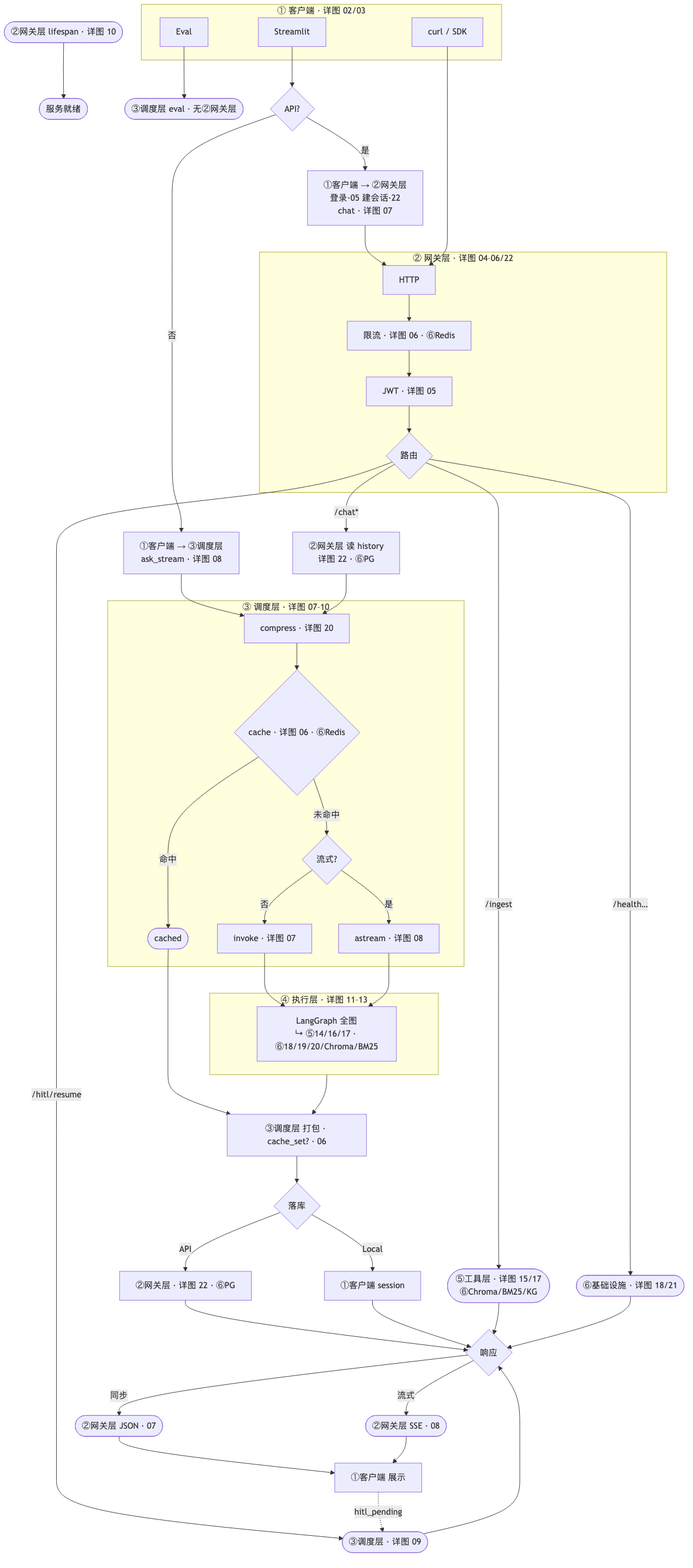
The Mermaid diagram project_00_rag_agent/docs/diagrams/00_project_end_to_end.png in charlie-chann/ai-agent-langgraph-main, before a commit. Its source is kept beside it as project_00_rag_agent/docs/diagrams/source/00_project_end_to_end.mmd.
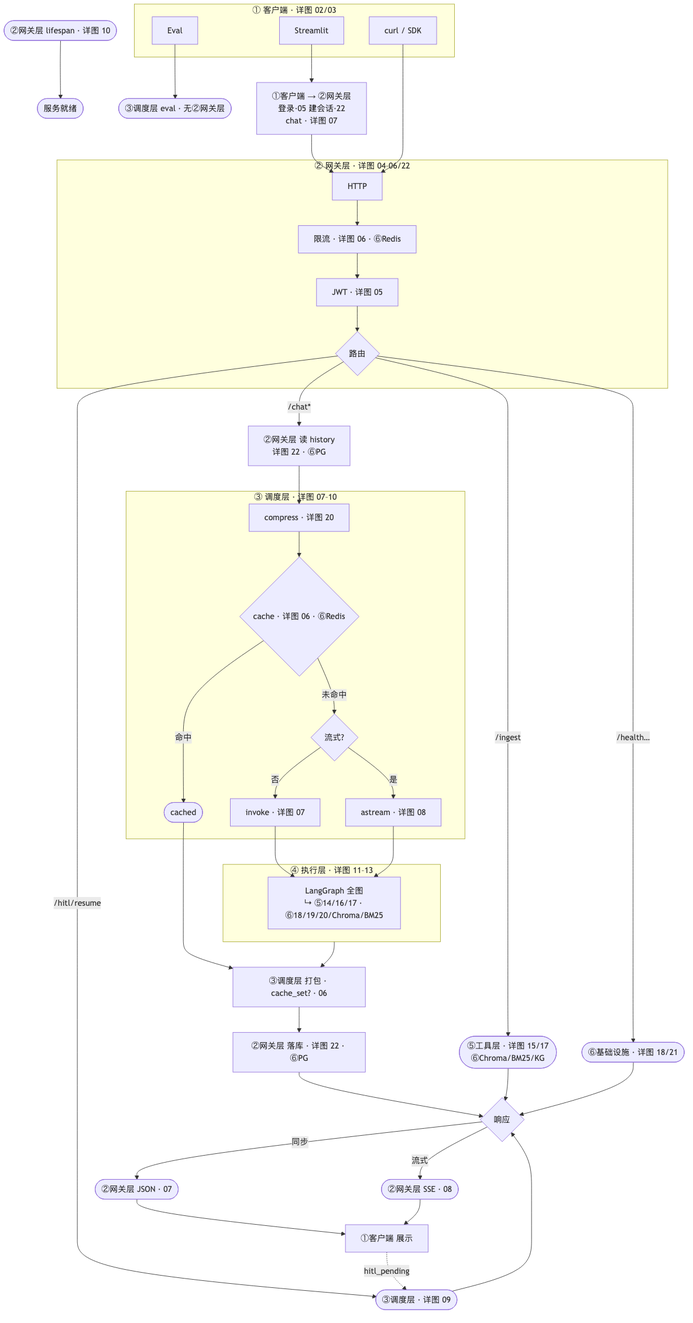
Above is the later version.

The edit, as a diff of the source:
```diff
@@ -9,11 +9,8 @@
 
     EVAL --> EVAL_DONE(["③调度层 eval · 无②网关层"])
 
-    ST --> MODE{API?}
-    MODE -->|是| L1_API["①客户端 → ②网关层<br/>登录·05 建会话·22<br/>chat · 详图 07"]
-    MODE -->|否| L1_LOC["①客户端 → ③调度层<br/>ask_stream · 详图 08"]
+    ST --> L1_API["①客户端 → ②网关层<br/>登录·05 建会话·22<br/>chat · 详图 07"]
     L1_API --> GW
-    L1_LOC --> SCH0
     CLI --> GW
 
     subgraph L2["② 网关层 · 详图 04–06/22"]
@@ -47,11 +44,8 @@
     EXEC --> PACK["③调度层 打包 · cache_set? · 06"]
     CACHED --> PACK
 
-    PACK --> SAVE{落库}
-    SAVE -->|API| DB["②网关层 · 详图 22 · ⑥PG"]
-    SAVE -->|Local| SESS["①客户端 session"]
+    PACK --> DB["②网关层 落库 · 详图 22 · ⑥PG"]
     DB --> OUT
-    SESS --> OUT
     ING --> OUT
     OPS --> OUT
     HITL_BOX --> OUT
```
